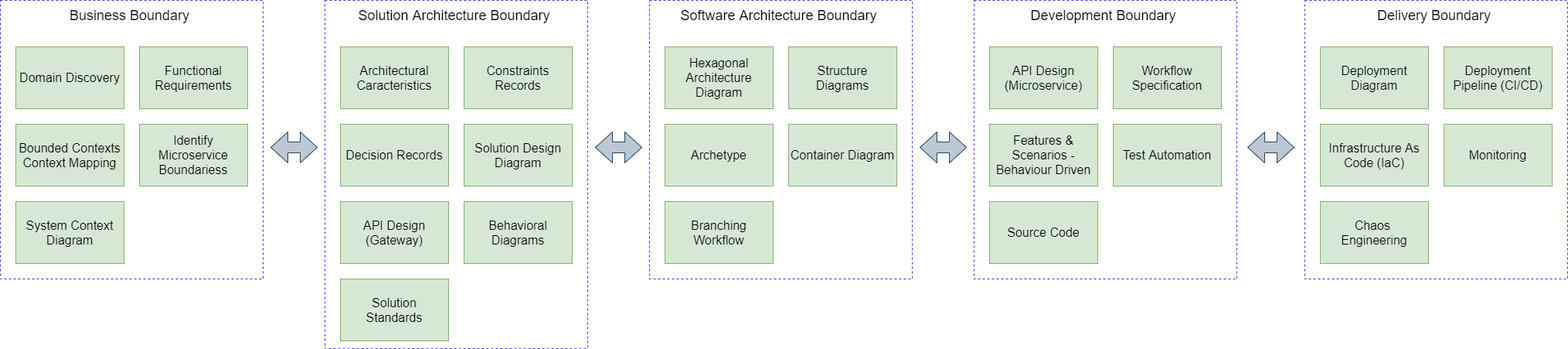
rpicanco/MicroserviceArchitectureSolutionFramework keeps this draw.io diagram as Software Development Process Framework.png. Above is the earlier version. Source tidied: cells renumbered, new cells last; positions are measured from the earlier drawing's top-left corner, leaving out a move shared by most shapes.
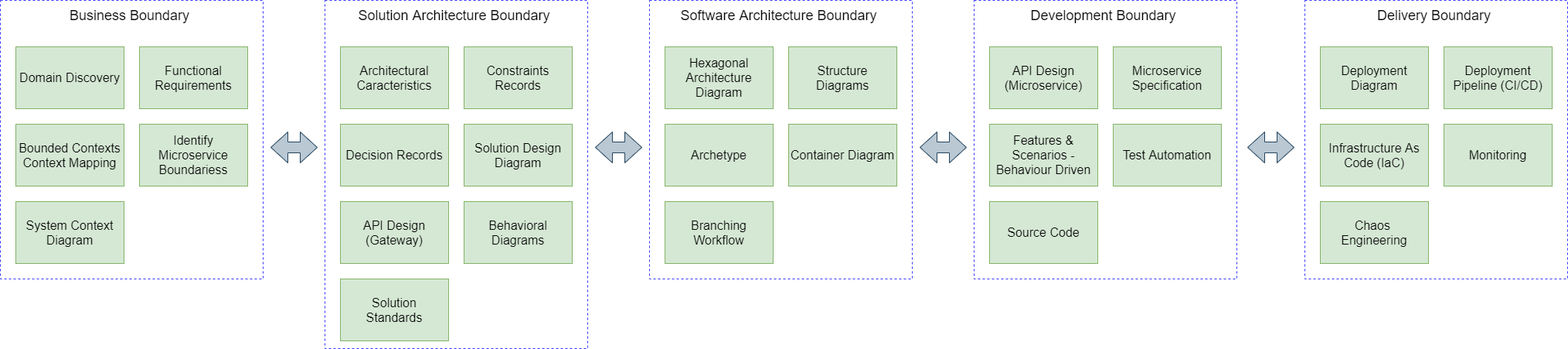
The same diagram one commit later.

Change to the diagram source:
```diff
@@ -80,7 +80,7 @@
     <mxCell id="27" value="&lt;span style=&quot;font-size: 18px&quot;&gt;Development&amp;nbsp;Boundary&amp;nbsp;&lt;/span&gt;" style="text;html=1;strokeColor=none;fillColor=none;align=center;verticalAlign=middle;whiteSpace=wrap;rounded=0;dashed=1;" parent="1" vertex="1">
       <mxGeometry x="1280" width="300" height="40" as="geometry" />
     </mxCell>
-    <mxCell id="28" value="&lt;span style=&quot;font-size: 16px&quot;&gt;Workflow&lt;br&gt;Specification&lt;/span&gt;" style="rounded=0;whiteSpace=wrap;html=1;fillColor=#d5e8d4;strokeColor=#82b366;" parent="1" vertex="1">
+    <mxCell id="28" value="&lt;span style=&quot;font-size: 16px&quot;&gt;Microservice&lt;/span&gt;&lt;br&gt;&lt;span style=&quot;font-size: 16px&quot;&gt;Specification&lt;/span&gt;" style="rounded=0;whiteSpace=wrap;html=1;fillColor=#d5e8d4;strokeColor=#82b366;" parent="1" vertex="1">
       <mxGeometry x="1440" y="60" width="140" height="80" as="geometry" />
     </mxCell>
     <mxCell id="29" value="&lt;span style=&quot;font-size: 16px&quot;&gt;Features &amp;amp; Scenarios - Behaviour Driven&lt;/span&gt;" style="rounded=0;whiteSpace=wrap;html=1;fillColor=#d5e8d4;strokeColor=#82b366;" parent="1" vertex="1">
```
